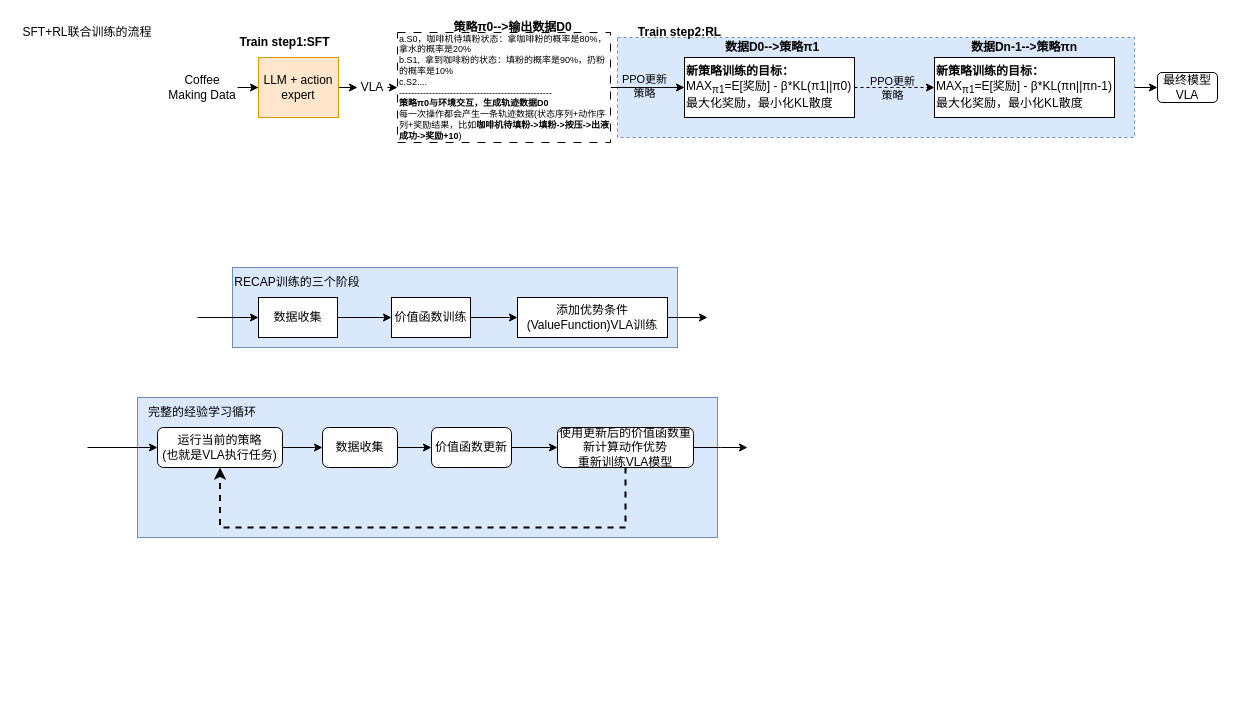
Earlier version of the draw.io diagram LLM/VLA/π*0.6.drawio (mailonghua/drawio). Source tidied: cells renumbered, new cells numbered last; positions are measured from the earlier drawing's top-left corner, leaving out a move shared by most shapes. Both pictures are drawn from the tidied source at 100%, with x=0, y=0 at pixel (17, 17).
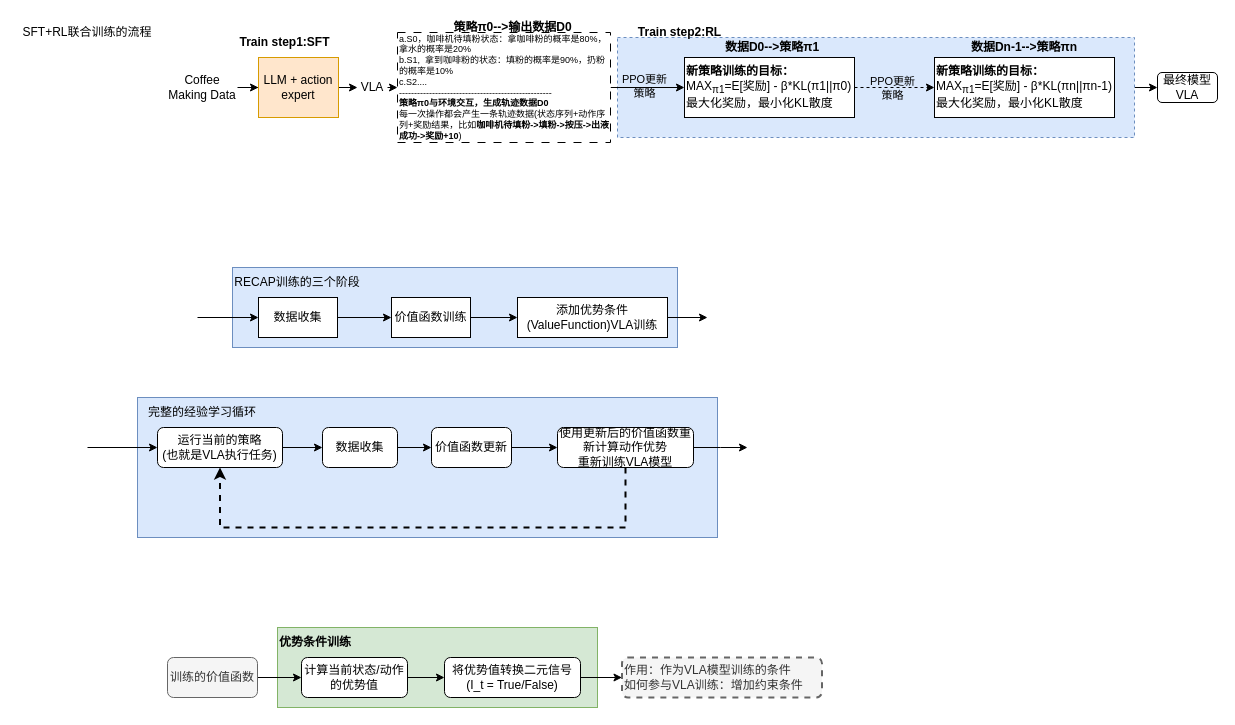
The same page after the edit.

What changed in the source:
```diff
@@
+    <mxCell id="45" style="rounded=0;whiteSpace=wrap;html=1;fillColor=#d5e8d4;strokeColor=#82b366;" parent="1" vertex="1">
+      <mxGeometry x="260" y="610" width="320" height="80" as="geometry" />
+    </mxCell>
@@
+    <mxCell id="46" style="edgeStyle=orthogonalEdgeStyle;rounded=0;jettySize=auto;html=1;" parent="1" edge="1" source="47" target="49">
+      <mxGeometry relative="1" as="geometry" />
+    </mxCell>
+    <mxCell id="47" value="训练的价值函数" style="rounded=1;whiteSpace=wrap;html=1;fillColor=#f5f5f5;fontColor=#333333;strokeColor=#666666;" parent="1" vertex="1">
+      <mxGeometry x="150" y="640" width="90" height="40" as="geometry" />
+    </mxCell>
+    <mxCell id="48" style="edgeStyle=orthogonalEdgeStyle;rounded=0;jettySize=auto;html=1;" parent="1" edge="1" source="49" target="51">
+      <mxGeometry relative="1" as="geometry" />
+    </mxCell>
+    <mxCell id="49" value="计算当前状态/动作的优势值" style="rounded=1;whiteSpace=wrap;html=1;" parent="1" vertex="1">
+      <mxGeometry x="284" y="640" width="106" height="40" as="geometry" />
+    </mxCell>
+    <mxCell id="50" style="edgeStyle=orthogonalEdgeStyle;rounded=0;jettySize=auto;html=1;" parent="1" edge="1" source="51" target="52">
+      <mxGeometry relative="1" as="geometry" />
+    </mxCell>
+    <mxCell id="51" value="将优势值转换二元信号&lt;br&gt;(I_t = True/False)" style="rounded=1;whiteSpace=wrap;html=1;" parent="1" vertex="1">
+      <mxGeometry x="427" y="640" width="136" height="40" as="geometry" />
+    </mxCell>
+    <mxCell id="52" value="作用：作为VLA模型训练的条件&lt;br&gt;如何参与VLA训练：增加约束条件" style="rounded=1;whiteSpace=wrap;html=1;fillColor=#f5f5f5;fontColor=#333333;strokeColor=#666666;dashed=1;strokeWidth=2;align=left;" parent="1" vertex="1">
+      <mxGeometry x="604.5" y="640" width="200" height="40" as="geometry" />
+    </mxCell>
+    <mxCell id="53" value="优势条件训练" style="text;html=1;whiteSpace=wrap;strokeColor=none;fillColor=none;align=left;verticalAlign=middle;rounded=0;fontStyle=1;" parent="1" vertex="1">
+      <mxGeometry x="260" y="610" width="130" height="30" as="geometry" />
+    </mxCell>
```
